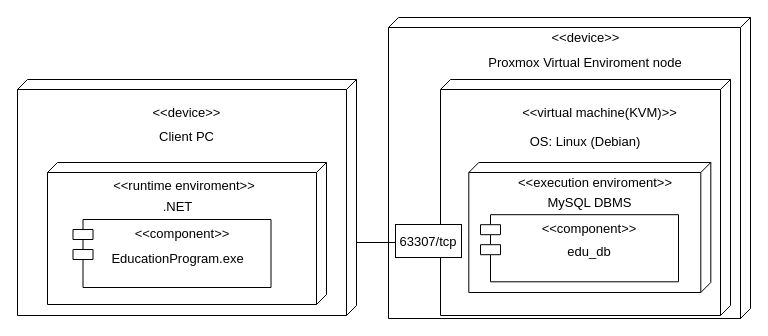
The draw.io diagram Диаграмма_Развертывания.drawio in AngelGrinota/CourseProject, before the edit. Source tidied: cells renumbered, new cells numbered last; positions are measured from the earlier drawing's top-left corner, leaving out a move shared by most shapes. Both pictures are drawn from the tidied source at 100%, with x=0, y=0 at pixel (17, 17).
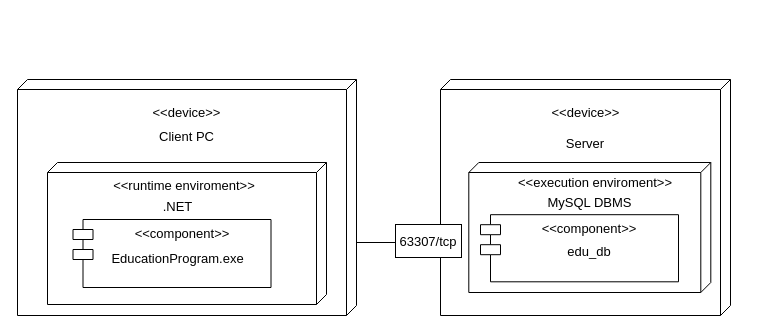
The same page after the edit.

Diff of the diagram source:
```diff
@@
-    <mxCell id="2" style="verticalAlign=top;align=left;spacingTop=8;spacingLeft=2;spacingRight=12;shape=cube;size=10;direction=south;fontStyle=4;html=1;whiteSpace=wrap;fontSize=13;" parent="1" vertex="1">
-      <mxGeometry x="371" width="362" height="301" as="geometry" />
-    </mxCell>
@@
-    <mxCell id="17" value="&amp;lt;&amp;lt;virtual machine(KVM)&amp;gt;&amp;gt;" style="text;html=1;whiteSpace=wrap;strokeColor=none;fillColor=none;align=center;verticalAlign=middle;rounded=0;fontSize=13;" parent="1" vertex="1">
-      <mxGeometry x="494" y="80" width="177" height="29" as="geometry" />
+    <mxCell id="17" value="&amp;lt;&amp;lt;device&amp;gt;&amp;gt;" style="text;html=1;whiteSpace=wrap;strokeColor=none;fillColor=none;align=center;verticalAlign=middle;rounded=0;fontSize=13;" parent="1" vertex="1">
+      <mxGeometry x="479.5" y="80" width="177" height="29" as="geometry" />
     </mxCell>
@@
-    <mxCell id="24" value="&amp;lt;&amp;lt;device&amp;gt;&amp;gt;" style="text;html=1;whiteSpace=wrap;strokeColor=none;fillColor=none;align=center;verticalAlign=middle;rounded=0;fontSize=13;" parent="1" vertex="1">
-      <mxGeometry x="518.5" y="5" width="99" height="29" as="geometry" />
-    </mxCell>
-    <mxCell id="25" value="Proxmox Virtual Enviroment node" style="text;html=1;whiteSpace=wrap;strokeColor=none;fillColor=none;align=center;verticalAlign=middle;rounded=0;fontSize=13;" parent="1" vertex="1">
-      <mxGeometry x="467.1" y="30" width="201.8" height="29" as="geometry" />
-    </mxCell>
-    <mxCell id="26" value="OS: Linux (Debian)" style="text;html=1;whiteSpace=wrap;strokeColor=none;fillColor=none;align=center;verticalAlign=middle;rounded=0;fontSize=13;" parent="1" vertex="1">
-      <mxGeometry x="491.2" y="109" width="153.5" height="29" as="geometry" />
+    <mxCell id="26" value="Server" style="text;html=1;whiteSpace=wrap;strokeColor=none;fillColor=none;align=center;verticalAlign=middle;rounded=0;fontSize=13;" parent="1" vertex="1">
+      <mxGeometry x="491.2" y="111" width="153.5" height="29" as="geometry" />
     </mxCell>
```
